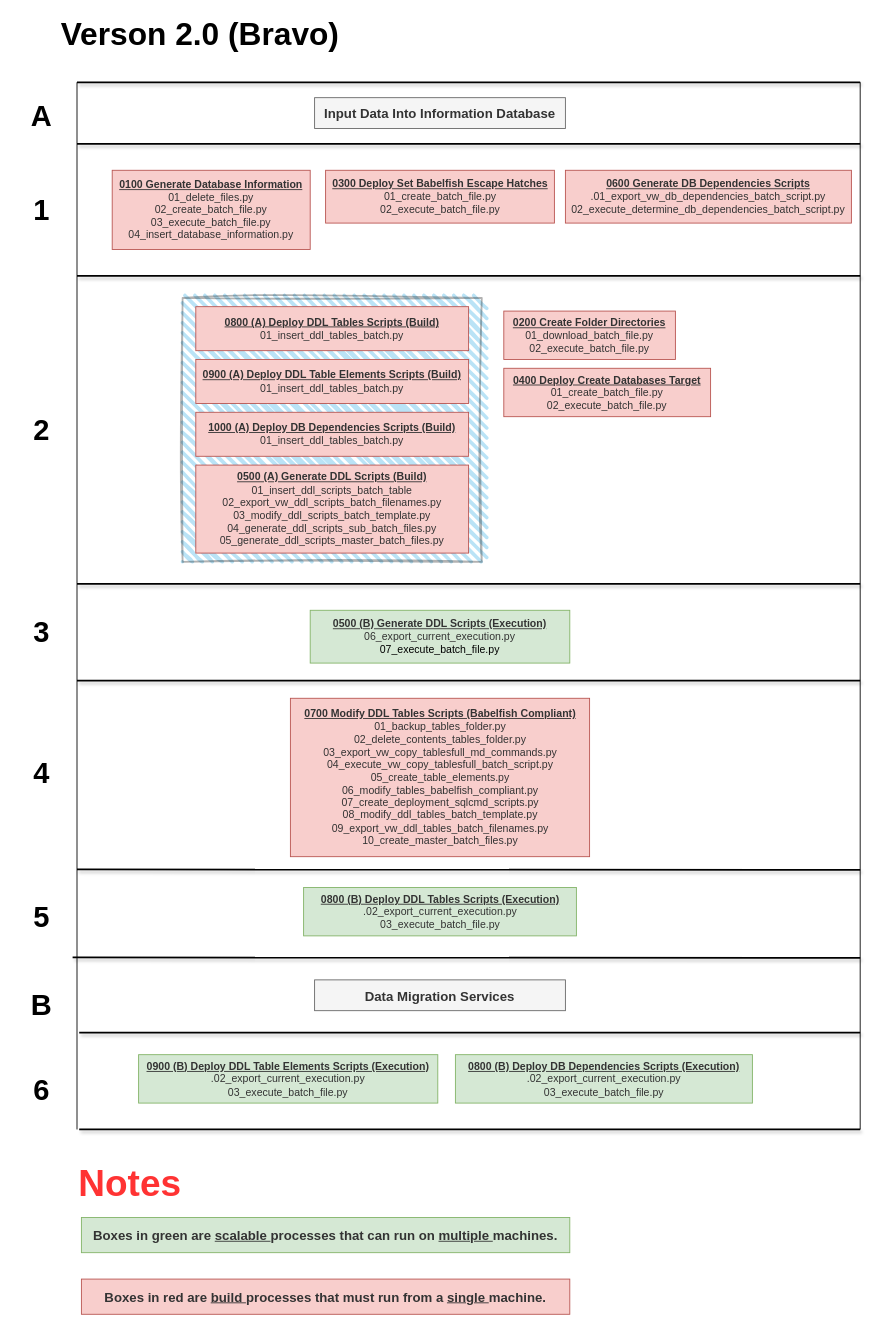
Before: Babelfish Deployment Utility Bravo.drawio in smpetersgithub/draw-diagrams-depot, a draw.io diagram. Source tidied: cells renumbered, new cells numbered last; positions are measured from the earlier drawing's top-left corner, leaving out a move shared by most shapes. Both pictures are drawn from the tidied source at 88%, with x=0, y=0 at pixel (15, 20).
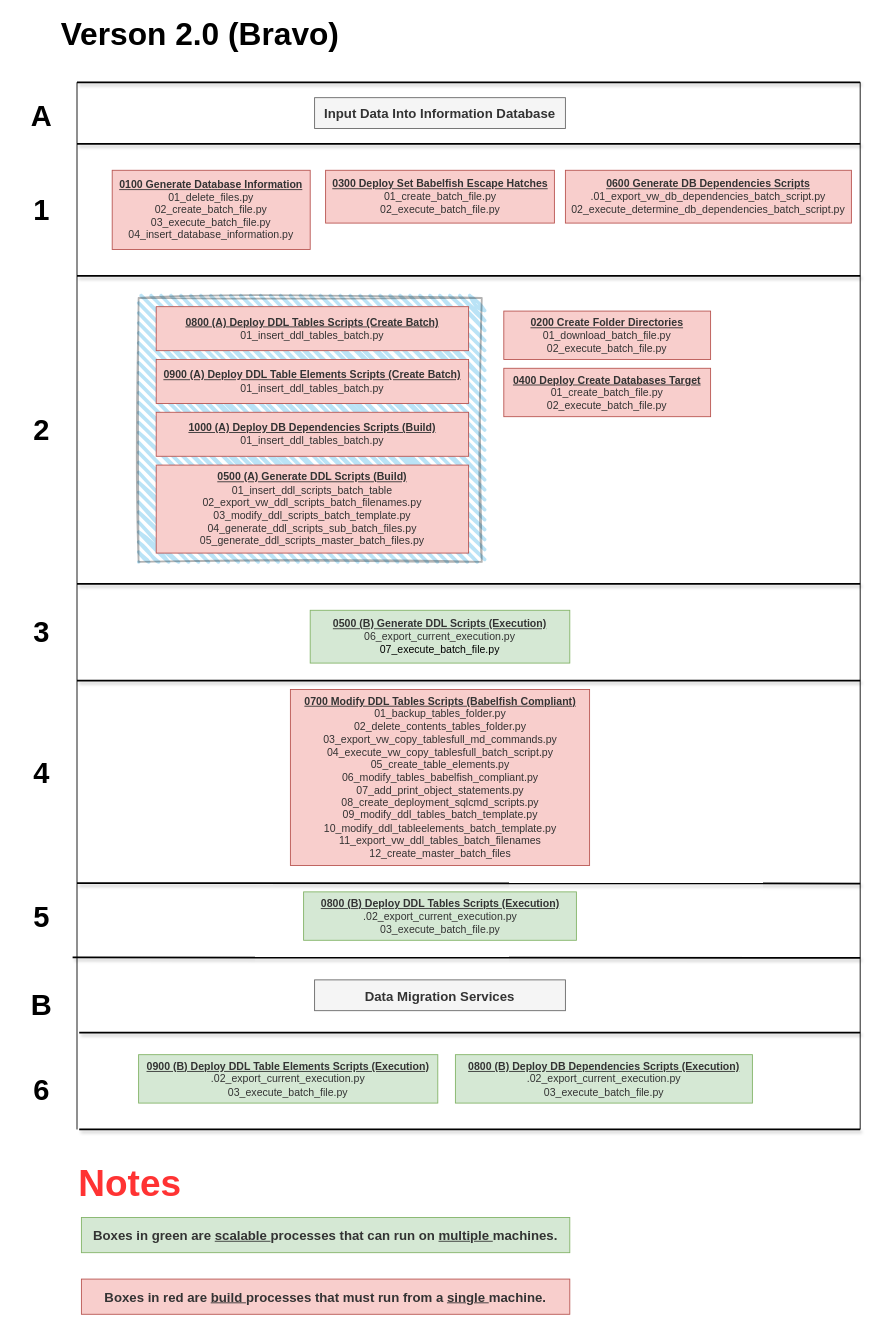
After the change.

What changed in the source:
```diff
@@
     <mxCell id="2" style="rounded=0;whiteSpace=wrap;html=1;strokeWidth=2;fillWeight=4;hachureGap=8;hachureAngle=45;fillColor=#1ba1e2;sketch=1;curveFitting=1;jiggle=2;opacity=30;" parent="1" vertex="1">
-      <mxGeometry x="190" y="315" width="340" height="300" as="geometry" />
+      <mxGeometry x="140" y="315" width="390" height="300" as="geometry" />
     </mxCell>
@@
     <mxCell id="5" value="&lt;span style=&quot;color: rgb(51, 51, 51);&quot;&gt;&lt;b&gt;&lt;u&gt;0500 (A) Generate DDL Scripts (Build)&lt;/u&gt;&lt;/b&gt;&lt;/span&gt;&lt;div&gt;&lt;font color=&quot;#333333&quot;&gt;01_insert_ddl_scripts_batch_table&lt;/font&gt;&lt;br&gt;&lt;/div&gt;&lt;div&gt;&lt;span style=&quot;background-color: initial;&quot;&gt;&lt;font color=&quot;#333333&quot;&gt;02_export_vw_ddl_scripts_batch_filenames&lt;/font&gt;&lt;/span&gt;&lt;font color=&quot;#333333&quot;&gt;.py&lt;br&gt;&lt;/font&gt;&lt;/div&gt;&lt;div&gt;&lt;span style=&quot;background-color: initial;&quot;&gt;&lt;font color=&quot;#333333&quot;&gt;03_modify_ddl_scripts_batch_template&lt;/font&gt;&lt;/span&gt;&lt;font color=&quot;#333333&quot;&gt;.py&lt;br&gt;&lt;/font&gt;&lt;/div&gt;&lt;div&gt;&lt;span style=&quot;background-color: initial;&quot;&gt;&lt;font style=&quot;&quot; color=&quot;#333333&quot;&gt;04_generate_ddl_scripts_sub_batch_files&lt;/font&gt;&lt;/span&gt;&lt;font style=&quot;&quot; color=&quot;#333333&quot;&gt;.py&lt;/font&gt;&lt;/div&gt;&lt;div&gt;&lt;font style=&quot;&quot; color=&quot;#333333&quot;&gt;05_generate_ddl_scripts_master_batch_files.py&lt;/font&gt;&lt;/div&gt;" style="rounded=0;whiteSpace=wrap;html=1;fillColor=#f8cecc;strokeColor=#b85450;" parent="1" vertex="1">
-      <mxGeometry x="205" y="505" width="310" height="100" as="geometry" />
+      <mxGeometry x="160" y="505" width="355" height="100" as="geometry" />
     </mxCell>
@@
-    <mxCell id="8" value="&lt;span style=&quot;color: rgb(51, 51, 51);&quot;&gt;&lt;b&gt;&lt;u&gt;0700 Modify DDL Tables Scripts (Babelfish Compliant)&lt;/u&gt;&lt;/b&gt;&lt;/span&gt;&lt;div&gt;&lt;div&gt;&lt;font color=&quot;#333333&quot;&gt;01_backup_tables_folder.py&lt;/font&gt;&lt;/div&gt;&lt;div&gt;&lt;font color=&quot;#333333&quot;&gt;02_delete_contents_tables_folder.py&lt;/font&gt;&lt;/div&gt;&lt;div&gt;&lt;font color=&quot;#333333&quot;&gt;03_export_vw_copy_tablesfull_md_commands.py&lt;/font&gt;&lt;/div&gt;&lt;div&gt;&lt;font color=&quot;#333333&quot;&gt;04_execute_vw_copy_tablesfull_batch_script.py&lt;/font&gt;&lt;/div&gt;&lt;div&gt;&lt;font color=&quot;#333333&quot;&gt;05_create_table_elements.py&lt;/font&gt;&lt;/div&gt;&lt;div&gt;&lt;font color=&quot;#333333&quot;&gt;06_modify_tables_babelfish_compliant.py&lt;/font&gt;&lt;/div&gt;&lt;div&gt;&lt;font color=&quot;#333333&quot;&gt;07_create_deployment_sqlcmd_scripts.py&lt;/font&gt;&lt;/div&gt;&lt;div&gt;&lt;font color=&quot;#333333&quot;&gt;08_modify_ddl_tables_batch_template.py&lt;/font&gt;&lt;/div&gt;&lt;div&gt;&lt;font color=&quot;#333333&quot;&gt;09_export_vw_ddl_tables_batch_filenames.py&lt;/font&gt;&lt;/div&gt;&lt;div&gt;&lt;font color=&quot;#333333&quot;&gt;10_create_master_batch_files.py&lt;/font&gt;&lt;/div&gt;&lt;/div&gt;" style="rounded=0;whiteSpace=wrap;html=1;fillColor=#f8cecc;strokeColor=#b85450;" parent="1" vertex="1">
-      <mxGeometry x="312.5" y="770" width="340" height="180" as="geometry" />
+    <mxCell id="8" value="&lt;span style=&quot;color: rgb(51, 51, 51);&quot;&gt;&lt;b&gt;&lt;u&gt;0700 Modify DDL Tables Scripts (Babelfish Compliant)&lt;/u&gt;&lt;/b&gt;&lt;/span&gt;&lt;div&gt;&lt;div&gt;&lt;font color=&quot;#333333&quot;&gt;01_backup_tables_folder.py&lt;/font&gt;&lt;/div&gt;&lt;div&gt;&lt;font color=&quot;#333333&quot;&gt;02_delete_contents_tables_folder.py&lt;/font&gt;&lt;/div&gt;&lt;div&gt;&lt;font color=&quot;#333333&quot;&gt;03_export_vw_copy_tablesfull_md_commands.py&lt;/font&gt;&lt;/div&gt;&lt;div&gt;&lt;font color=&quot;#333333&quot;&gt;04_execute_vw_copy_tablesfull_batch_script.py&lt;/font&gt;&lt;/div&gt;&lt;div&gt;&lt;font color=&quot;#333333&quot;&gt;05_create_table_elements.py&lt;/font&gt;&lt;/div&gt;&lt;div&gt;&lt;font color=&quot;#333333&quot;&gt;06_modify_tables_babelfish_compliant.py&lt;/font&gt;&lt;/div&gt;&lt;div&gt;&lt;span style=&quot;background-color: initial;&quot;&gt;&lt;font color=&quot;#333333&quot;&gt;07_add_print_object_statements&lt;/font&gt;&lt;/span&gt;&lt;font color=&quot;#333333&quot;&gt;.py&lt;/font&gt;&lt;/div&gt;&lt;div&gt;&lt;span style=&quot;background-color: initial;&quot;&gt;&lt;font color=&quot;#333333&quot;&gt;08_create_deployment_sqlcmd_scripts&lt;/font&gt;&lt;/span&gt;&lt;font color=&quot;#333333&quot;&gt;.py&lt;/font&gt;&lt;/div&gt;&lt;div&gt;&lt;span style=&quot;background-color: initial;&quot;&gt;&lt;font color=&quot;#333333&quot;&gt;09_modify_ddl_tables_batch_template&lt;/font&gt;&lt;/span&gt;&lt;font color=&quot;#333333&quot;&gt;.py&lt;/font&gt;&lt;/div&gt;&lt;div&gt;&lt;span style=&quot;background-color: initial;&quot;&gt;&lt;font color=&quot;#333333&quot;&gt;10_modify_ddl_tableelements_batch_template&lt;/font&gt;&lt;/span&gt;&lt;span style=&quot;color: rgb(51, 51, 51); background-color: initial;&quot;&gt;.py&lt;/span&gt;&lt;/div&gt;&lt;/div&gt;&lt;div&gt;&lt;span style=&quot;background-color: initial;&quot;&gt;&lt;font color=&quot;#333333&quot;&gt;11_export_vw_ddl_tables_batch_filenames&lt;/font&gt;&lt;br&gt;&lt;/span&gt;&lt;/div&gt;&lt;div&gt;&lt;span style=&quot;background-color: initial;&quot;&gt;&lt;font color=&quot;#333333&quot;&gt;12_create_master_batch_files&lt;br&gt;&lt;/font&gt;&lt;/span&gt;&lt;/div&gt;" style="rounded=0;whiteSpace=wrap;html=1;fillColor=#f8cecc;strokeColor=#b85450;" parent="1" vertex="1">
+      <mxGeometry x="312.5" y="760" width="340" height="200" as="geometry" />
     </mxCell>
-    <mxCell id="9" value="&lt;span style=&quot;color: rgb(51, 51, 51);&quot;&gt;&lt;b&gt;&lt;u&gt;0800 (A) Deploy DDL Tables Scripts (Build)&lt;/u&gt;&lt;/b&gt;&lt;/span&gt;&lt;div&gt;&lt;font color=&quot;#333333&quot;&gt;01_insert_ddl_tables_batch.py&lt;/font&gt;&lt;br&gt;&lt;/div&gt;" style="rounded=0;whiteSpace=wrap;html=1;fillColor=#f8cecc;strokeColor=#b85450;" parent="1" vertex="1">
-      <mxGeometry x="205" y="325" width="310" height="50" as="geometry" />
+    <mxCell id="9" value="&lt;span style=&quot;color: rgb(51, 51, 51);&quot;&gt;&lt;b&gt;&lt;u&gt;0800 (A) Deploy DDL Tables Scripts (Create Batch)&lt;/u&gt;&lt;/b&gt;&lt;/span&gt;&lt;div&gt;&lt;font color=&quot;#333333&quot;&gt;01_insert_ddl_tables_batch.py&lt;/font&gt;&lt;br&gt;&lt;/div&gt;" style="rounded=0;whiteSpace=wrap;html=1;fillColor=#f8cecc;strokeColor=#b85450;" parent="1" vertex="1">
+      <mxGeometry x="160" y="325" width="355" height="50" as="geometry" />
     </mxCell>
@@
     <mxCell id="25" value="&lt;span style=&quot;color: rgb(51, 51, 51);&quot;&gt;&lt;b&gt;&lt;u&gt;0200 Create Folder Directories&lt;/u&gt;&lt;/b&gt;&lt;/span&gt;&lt;div&gt;&lt;div&gt;&lt;font color=&quot;#333333&quot;&gt;01_download_batch_file.py&lt;/font&gt;&lt;/div&gt;&lt;div&gt;&lt;font color=&quot;#333333&quot;&gt;02_execute_batch_file.py&lt;/font&gt;&lt;/div&gt;&lt;/div&gt;" style="rounded=0;whiteSpace=wrap;html=1;fillColor=#f8cecc;strokeColor=#b85450;" parent="1" vertex="1">
-      <mxGeometry x="555" y="330" width="195" height="55" as="geometry" />
+      <mxGeometry x="555" y="330" width="235" height="55" as="geometry" />
     </mxCell>
     <mxCell id="26" value="&lt;span style=&quot;color: rgb(51, 51, 51);&quot;&gt;&lt;b&gt;&lt;u&gt;0800 (B) Deploy DDL Tables Scripts (Execution)&lt;/u&gt;&lt;/b&gt;&lt;/span&gt;&lt;div&gt;&lt;font color=&quot;#333333&quot;&gt;.&lt;span style=&quot;background-color: initial;&quot;&gt;02_export_current_execution.py&lt;/span&gt;&lt;br&gt;&lt;/font&gt;&lt;/div&gt;&lt;div&gt;&lt;font color=&quot;#333333&quot;&gt;03_execute_batch_file.py&lt;/font&gt;&lt;/div&gt;" style="rounded=0;whiteSpace=wrap;html=1;fillColor=#d5e8d4;strokeColor=#82b366;" parent="1" vertex="1">
-      <mxGeometry x="327.5" y="985" width="310" height="55" as="geometry" />
+      <mxGeometry x="327.5" y="990" width="310" height="55" as="geometry" />
     </mxCell>
-    <mxCell id="27" value="&lt;span style=&quot;color: rgb(51, 51, 51);&quot;&gt;&lt;b&gt;&lt;u&gt;0900 (A) Deploy DDL Table Elements Scripts (Build)&lt;/u&gt;&lt;/b&gt;&lt;/span&gt;&lt;div&gt;&lt;font color=&quot;#333333&quot;&gt;01_insert_ddl_tables_batch.py&lt;/font&gt;&lt;br&gt;&lt;/div&gt;" style="rounded=0;whiteSpace=wrap;html=1;fillColor=#f8cecc;strokeColor=#b85450;" parent="1" vertex="1">
-      <mxGeometry x="205" y="385" width="310" height="50" as="geometry" />
+    <mxCell id="27" value="&lt;span style=&quot;color: rgb(51, 51, 51);&quot;&gt;&lt;b&gt;&lt;u&gt;0900 (A) Deploy DDL Table Elements Scripts (Create Batch)&lt;/u&gt;&lt;/b&gt;&lt;/span&gt;&lt;div&gt;&lt;font color=&quot;#333333&quot;&gt;01_insert_ddl_tables_batch.py&lt;/font&gt;&lt;br&gt;&lt;/div&gt;" style="rounded=0;whiteSpace=wrap;html=1;fillColor=#f8cecc;strokeColor=#b85450;" parent="1" vertex="1">
+      <mxGeometry x="160" y="385" width="355" height="50" as="geometry" />
     </mxCell>
     <mxCell id="28" value="&lt;span style=&quot;color: rgb(51, 51, 51);&quot;&gt;&lt;b&gt;&lt;u&gt;1000 (A) Deploy DB Dependencies Scripts (Build)&lt;/u&gt;&lt;/b&gt;&lt;/span&gt;&lt;div&gt;&lt;font color=&quot;#333333&quot;&gt;01_insert_ddl_tables_batch.py&lt;/font&gt;&lt;br&gt;&lt;/div&gt;" style="rounded=0;whiteSpace=wrap;html=1;fillColor=#f8cecc;strokeColor=#b85450;" parent="1" vertex="1">
-      <mxGeometry x="205" y="445" width="310" height="50" as="geometry" />
+      <mxGeometry x="160" y="445" width="355" height="50" as="geometry" />
     </mxCell>
@@
     <mxCell id="34" style="endArrow=none;html=1;rounded=0;strokeWidth=2;shadow=1;" parent="1" edge="1">
       <mxGeometry relative="1" as="geometry">
-        <mxPoint x="70" y="964.5" as="sourcePoint" />
-        <mxPoint x="960" y="965" as="targetPoint" />
+        <mxPoint x="70" y="980" as="sourcePoint" />
+        <mxPoint x="960" y="980.5" as="targetPoint" />
       </mxGeometry>
     </mxCell>
```
